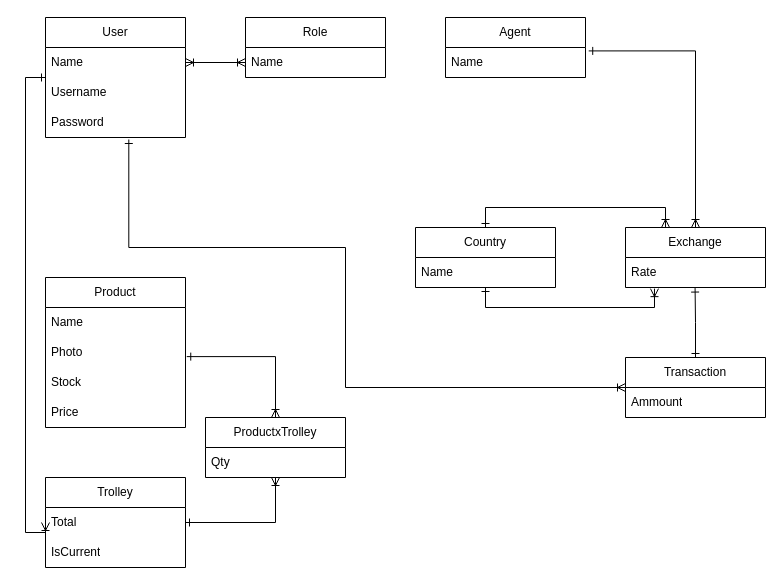
This is Documentation/DatabaseDiagram.drawio from llanos1205/SOFT703, a draw.io file, before an edit. Source tidied: cells renumbered, new cells numbered last; positions are measured from the earlier drawing's top-left corner, leaving out a move shared by most shapes. Both pictures are drawn from the tidied source at 100%, with x=0, y=0 at pixel (25, 17).
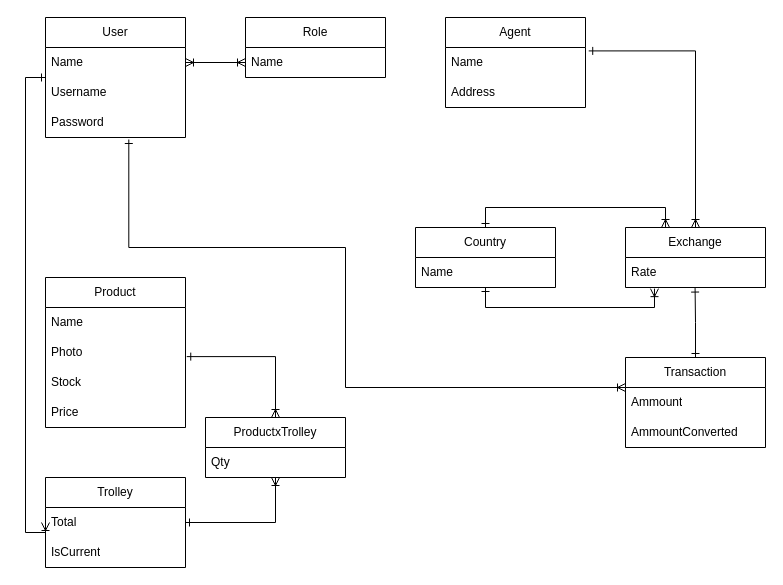
The same diagram, later.

Change to the diagram source:
```diff
@@
     <mxCell id="20" value="Agent" style="swimlane;fontStyle=0;horizontal=1;startSize=30;whiteSpace=wrap;html=1;" parent="1" vertex="1">
-      <mxGeometry x="420" width="140" height="60" as="geometry" />
+      <mxGeometry x="420" width="140" height="90" as="geometry" />
     </mxCell>
@@
+    <mxCell id="35" value="Address" style="text;strokeColor=none;fillColor=none;align=left;verticalAlign=middle;spacingLeft=4;spacingRight=4;overflow=hidden;whiteSpace=wrap;html=1;" parent="20" vertex="1">
+      <mxGeometry y="60" width="140" height="30" as="geometry" />
+    </mxCell>
@@
     <mxCell id="33" value="Transaction" style="swimlane;fontStyle=0;horizontal=1;startSize=30;whiteSpace=wrap;html=1;" parent="1" vertex="1">
-      <mxGeometry x="600" y="340" width="140" height="60" as="geometry" />
+      <mxGeometry x="600" y="340" width="140" height="90" as="geometry" />
     </mxCell>
@@
+    <mxCell id="36" value="AmmountConverted" style="text;strokeColor=none;fillColor=none;align=left;verticalAlign=middle;spacingLeft=4;spacingRight=4;overflow=hidden;whiteSpace=wrap;html=1;" parent="33" vertex="1">
+      <mxGeometry y="60" width="140" height="30" as="geometry" />
+    </mxCell>
```
